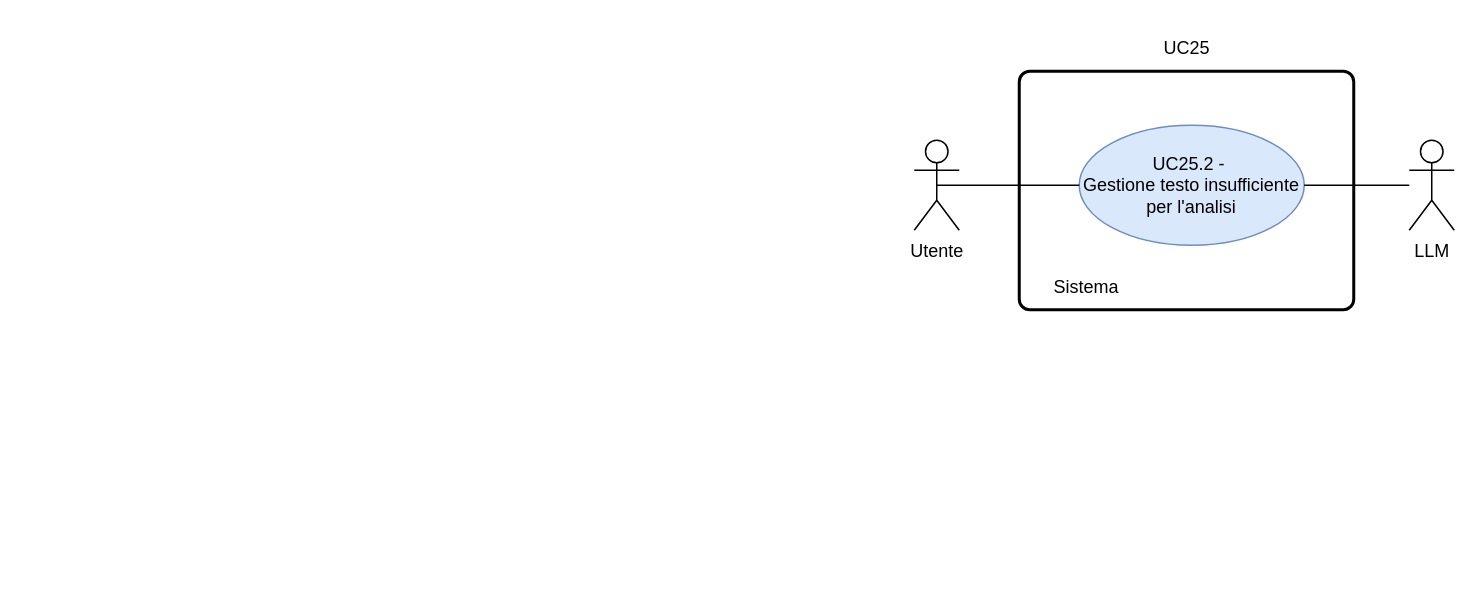
thebitless-group-swe/thebitless.github.io keeps this draw.io diagram as RTB/doc_esterna/analisi-dei-requisiti/assets/draw.io/UC25.2.drawio. Above is the earlier version. Source tidied: cells renumbered, new cells numbered last; positions are measured from the earlier drawing's top-left corner, leaving out a move shared by most shapes. Both pictures are drawn from the tidied source at 150%, with x=0, y=0 at pixel (914, 26).
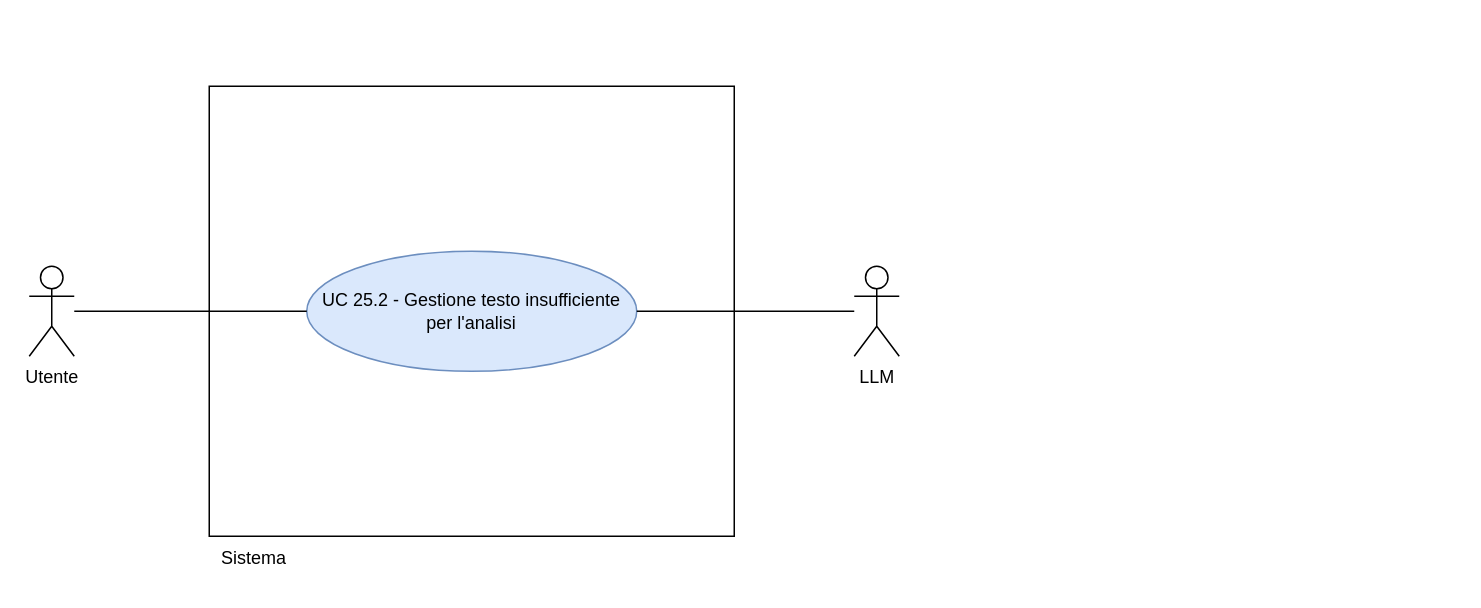
The same diagram, later.

The edit, as a diff of the source:
```diff
@@
 <mxGraphModel>
   <root>
     <mxCell id="0" />
     <mxCell id="1" parent="0" />
-    <mxCell id="2" style="rounded=1;whiteSpace=wrap;html=1;absoluteArcSize=1;arcSize=14;strokeWidth=2;" parent="1" vertex="1">
-      <mxGeometry x="70" y="30" width="223" height="159" as="geometry" />
-    </mxCell>
     <mxCell id="3" value="Utente" style="shape=umlActor;verticalLabelPosition=bottom;verticalAlign=top;html=1;outlineConnect=0;" parent="1" vertex="1">
-      <mxGeometry y="76" width="30" height="60" as="geometry" />
+      <mxGeometry x="-590" y="160" width="30" height="60" as="geometry" />
     </mxCell>
+    <mxCell id="9" value="LLM" style="shape=umlActor;verticalLabelPosition=bottom;verticalAlign=top;html=1;outlineConnect=0;" parent="1" vertex="1">
+      <mxGeometry x="-40" y="160" width="30" height="60" as="geometry" />
+    </mxCell>
+    <mxCell id="10" style="whiteSpace=wrap;html=1;" parent="1" vertex="1">
+      <mxGeometry x="-470" y="40" width="350" height="300" as="geometry" />
+    </mxCell>
     <mxCell id="4" value="Sistema" style="text;html=1;whiteSpace=wrap;strokeColor=none;fillColor=none;align=center;verticalAlign=middle;rounded=0;" parent="1" vertex="1">
-      <mxGeometry x="70" y="159" width="90" height="30" as="geometry" />
+      <mxGeometry x="-470" y="340" width="60" height="30" as="geometry" />
     </mxCell>
-    <mxCell id="5" value="UC25.2 -&amp;nbsp;&lt;div&gt;Gestione testo insufficiente per l'analisi&lt;/div&gt;" style="ellipse;whiteSpace=wrap;html=1;fillColor=#dae8fc;strokeColor=#6c8ebf;" parent="1" vertex="1">
-      <mxGeometry x="110" y="66" width="150" height="80" as="geometry" />
-    </mxCell>
-    <mxCell id="6" style="endArrow=none;html=1;rounded=0;exitX=0.5;exitY=0.5;exitDx=0;exitDy=0;exitPerimeter=0;entryX=0;entryY=0.5;entryDx=0;entryDy=0;" parent="1" edge="1" source="3" target="5">
-      <mxGeometry relative="1" as="geometry" />
-    </mxCell>
-    <mxCell id="7" value="UC25" style="text;html=1;whiteSpace=wrap;strokeColor=none;fillColor=none;align=center;verticalAlign=middle;rounded=0;" parent="1" vertex="1">
-      <mxGeometry x="151.5" width="60" height="30" as="geometry" />
-    </mxCell>
-    <mxCell id="8" style="edgeStyle=orthogonalEdgeStyle;rounded=0;jettySize=auto;html=1;endArrow=none;endFill=0;" parent="1" edge="1" source="9" target="5">
-      <mxGeometry relative="1" as="geometry" />
-    </mxCell>
-    <mxCell id="9" value="LLM" style="shape=umlActor;verticalLabelPosition=bottom;verticalAlign=top;html=1;outlineConnect=0;" parent="1" vertex="1">
-      <mxGeometry x="330" y="76" width="30" height="60" as="geometry" />
-    </mxCell>
+    <mxCell id="11" value="UC 25.2 - Gestione testo insufficiente per l'analisi" style="ellipse;whiteSpace=wrap;html=1;fillColor=#dae8fc;strokeColor=#6c8ebf;" parent="1" vertex="1">
+      <mxGeometry x="-405" y="150" width="220" height="80" as="geometry" />
+    </mxCell>
+    <mxCell id="12" style="edgeStyle=none;rounded=0;jettySize=auto;html=1;endArrow=none;endFill=0;" parent="1" edge="1" source="3" target="11">
+      <mxGeometry relative="1" as="geometry" />
+    </mxCell>
+    <mxCell id="13" style="edgeStyle=none;rounded=0;jettySize=auto;html=1;endArrow=none;endFill=0;" parent="1" edge="1" source="9" target="11">
+      <mxGeometry relative="1" as="geometry" />
+    </mxCell>
   </root>
 </mxGraphModel>
```
